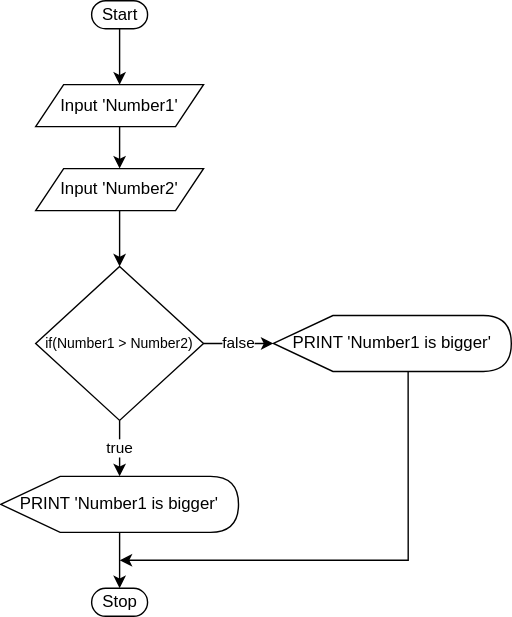
amydevs/php-assignments keeps this draw.io diagram as 2binary/drawio/task2/diagram1.drawio.svg. Above is the earlier version. Source tidied: cells renumbered, new cells last; positions are measured from the earlier drawing's top-left corner, leaving out a move shared by most shapes.
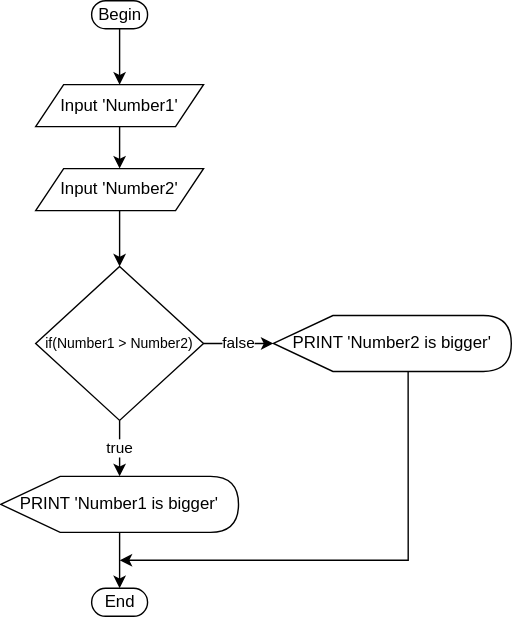
Later version of the same file.

Diff of the diagram source:
```diff
@@ -5,7 +5,7 @@
     <mxCell id="2" style="edgeStyle=orthogonalEdgeStyle;rounded=0;jettySize=auto;html=1;entryX=0.5;entryY=0;entryDx=0;entryDy=0;" parent="1" edge="1" source="3" target="11">
       <mxGeometry relative="1" as="geometry" />
     </mxCell>
-    <mxCell id="3" value="Start" style="html=1;dashed=0;whitespace=wrap;shape=mxgraph.dfd.start;" parent="1" vertex="1">
+    <mxCell id="3" value="Begin" style="html=1;dashed=0;whitespace=wrap;shape=mxgraph.dfd.start;" parent="1" vertex="1">
       <mxGeometry x="65" width="40" height="20" as="geometry" />
     </mxCell>
     <mxCell id="4" value="false" style="edgeStyle=orthogonalEdgeStyle;rounded=0;jettySize=auto;html=1;entryX=0;entryY=0.5;entryDx=0;entryDy=0;entryPerimeter=0;" parent="1" edge="1" source="6" target="15">
@@ -17,7 +17,7 @@
     <mxCell id="6" value="&lt;font style=&quot;font-size: 10px&quot;&gt;if(Number1 &amp;gt; Number2)&lt;/font&gt;" style="rhombus;whiteSpace=wrap;html=1;" parent="1" vertex="1">
       <mxGeometry x="25" y="190" width="120" height="110" as="geometry" />
     </mxCell>
-    <mxCell id="7" value="Stop" style="html=1;dashed=0;whitespace=wrap;shape=mxgraph.dfd.start;" parent="1" vertex="1">
+    <mxCell id="7" value="End" style="html=1;dashed=0;whitespace=wrap;shape=mxgraph.dfd.start;" parent="1" vertex="1">
       <mxGeometry x="65" y="420" width="40" height="20" as="geometry" />
     </mxCell>
     <mxCell id="8" style="edgeStyle=orthogonalEdgeStyle;rounded=0;jettySize=auto;html=1;" parent="1" edge="1" source="9" target="6">
@@ -46,7 +46,7 @@
         </Array>
       </mxGeometry>
     </mxCell>
-    <mxCell id="15" value="PRINT 'Number1 is bigger'" style="shape=display;whiteSpace=wrap;html=1;" parent="1" vertex="1">
+    <mxCell id="15" value="PRINT 'Number2 is bigger'" style="shape=display;whiteSpace=wrap;html=1;" parent="1" vertex="1">
       <mxGeometry x="195" y="225" width="170" height="40" as="geometry" />
     </mxCell>
   </root>
```
